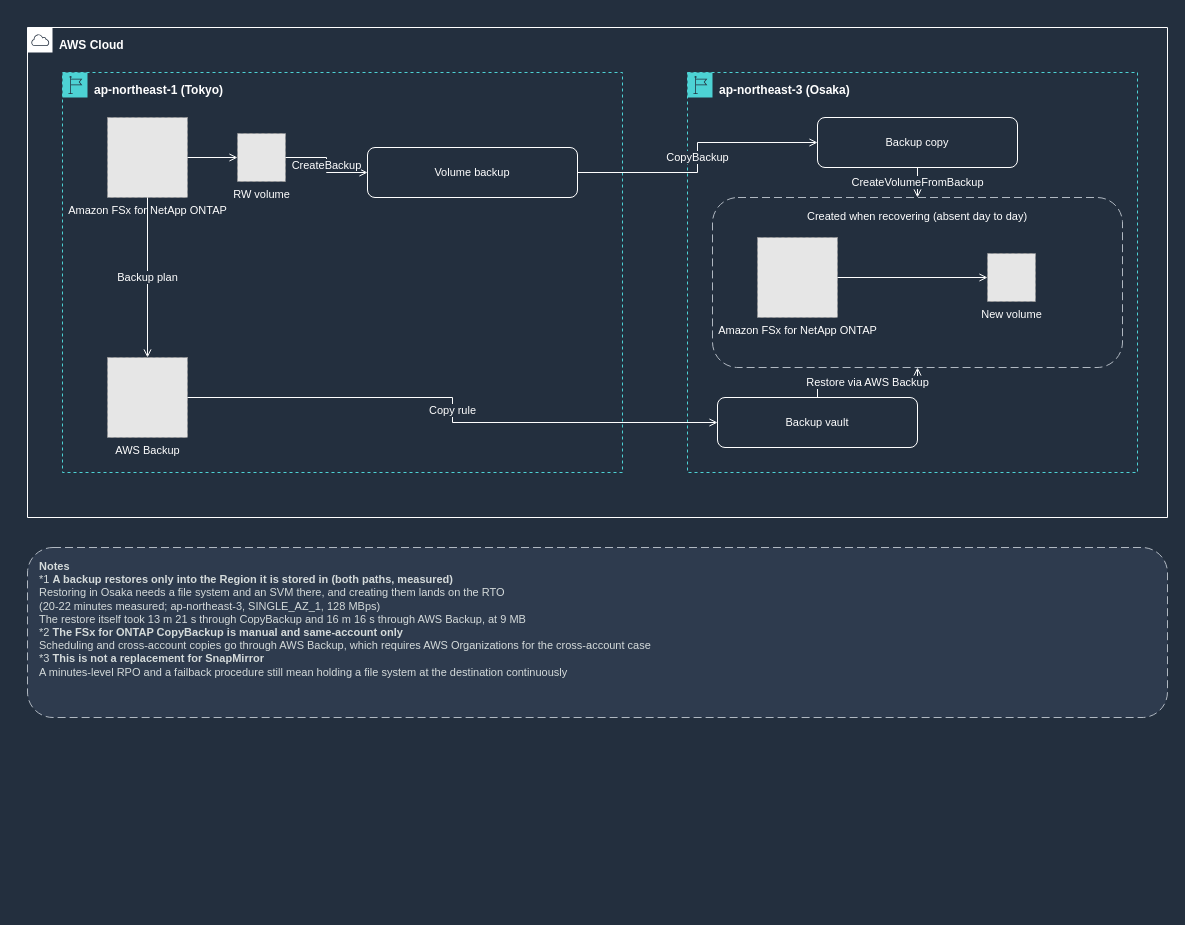
This is docs/_assets/diagrams/backup-copy-cross-region-en-dark.drawio from Yoshiki0705/FSx-for-ONTAP-Adoption-Playbook, a draw.io file, before an edit. Source tidied: cells renumbered, new cells numbered last; positions are measured from the earlier drawing's top-left corner, leaving out a move shared by most shapes. Both pictures are drawn from the tidied source at 100%, with x=0, y=0 at pixel (27, 27). Pictures stored in the file or linked from it are replaced by grey dashed boxes.
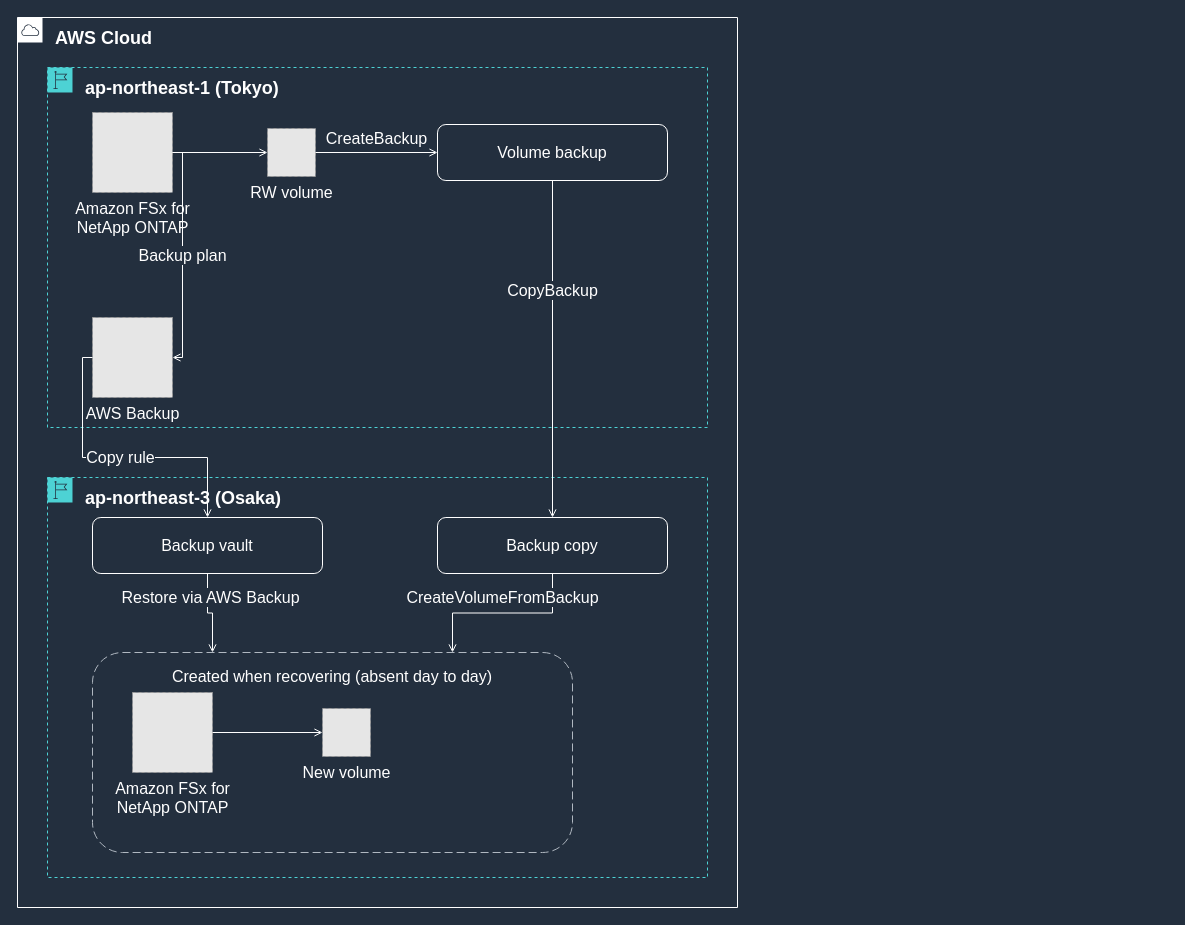
The same diagram, later.

Change to the diagram source:
```diff
@@
-    <mxCell id="2" value="AWS Cloud" style="gradientColor=none;html=1;whiteSpace=wrap;fontSize=12;fontStyle=1;fontColor=#FFFFFF;shape=mxgraph.aws4.group;grIcon=mxgraph.aws4.group_aws_cloud;strokeColor=#FFFFFF;fillColor=none;verticalAlign=top;align=left;spacingLeft=30;spacingTop=4;dashed=0;" parent="1" vertex="1">
-      <mxGeometry width="1140" height="490" as="geometry" />
+    <mxCell id="2" value="AWS Cloud" style="gradientColor=none;html=1;whiteSpace=wrap;fontSize=18;fontStyle=1;fontColor=#FFFFFF;shape=mxgraph.aws4.group;grIcon=mxgraph.aws4.group_aws_cloud;strokeColor=#FFFFFF;fillColor=none;verticalAlign=top;align=left;spacingLeft=36;spacingTop=4;dashed=0;" parent="1" vertex="1">
+      <mxGeometry x="-10" y="-10" width="720" height="890" as="geometry" />
     </mxCell>
-    <mxCell id="3" value="ap-northeast-1 (Tokyo)" style="gradientColor=none;html=1;whiteSpace=wrap;fontSize=12;fontStyle=1;fontColor=#FFFFFF;shape=mxgraph.aws4.group;grIcon=mxgraph.aws4.group_region;strokeColor=#4DD2D4;fillColor=none;verticalAlign=top;align=left;spacingLeft=30;spacingTop=4;dashed=1;" parent="1" vertex="1">
-      <mxGeometry x="35" y="45" width="560" height="400" as="geometry" />
+    <mxCell id="3" value="ap-northeast-1 (Tokyo)" style="gradientColor=none;html=1;whiteSpace=wrap;fontSize=18;fontStyle=1;fontColor=#FFFFFF;shape=mxgraph.aws4.group;grIcon=mxgraph.aws4.group_region;strokeColor=#4DD2D4;fillColor=none;verticalAlign=top;align=left;spacingLeft=36;spacingTop=4;dashed=1;" parent="1" vertex="1">
+      <mxGeometry x="20" y="40" width="660" height="360" as="geometry" />
     </mxCell>
-    <mxCell id="4" value="ap-northeast-3 (Osaka)" style="gradientColor=none;html=1;whiteSpace=wrap;fontSize=12;fontStyle=1;fontColor=#FFFFFF;shape=mxgraph.aws4.group;grIcon=mxgraph.aws4.group_region;strokeColor=#4DD2D4;fillColor=none;verticalAlign=top;align=left;spacingLeft=30;spacingTop=4;dashed=1;" parent="1" vertex="1">
-      <mxGeometry x="660" y="45" width="450" height="400" as="geometry" />
+    <mxCell id="4" value="ap-northeast-3 (Osaka)" style="gradientColor=none;html=1;whiteSpace=wrap;fontSize=18;fontStyle=1;fontColor=#FFFFFF;shape=mxgraph.aws4.group;grIcon=mxgraph.aws4.group_region;strokeColor=#4DD2D4;fillColor=none;verticalAlign=top;align=left;spacingLeft=36;spacingTop=4;dashed=1;" parent="1" vertex="1">
+      <mxGeometry x="20" y="450" width="660" height="400" as="geometry" />
     </mxCell>
-    <mxCell id="5" value="Created when recovering (absent day to day)" style="rounded=1;whiteSpace=wrap;html=1;dashed=1;dashPattern=8 4;strokeColor=#B0B8C1;fillColor=none;fontColor=#FFFFFF;fontSize=11;verticalAlign=top;align=center;spacingTop=6;" parent="1" vertex="1">
-      <mxGeometry x="685" y="170" width="410" height="170" as="geometry" />
+    <mxCell id="5" value="Created when recovering (absent day to day)" style="rounded=1;whiteSpace=wrap;html=1;dashed=1;dashPattern=8 4;strokeColor=#B0B8C1;fillColor=none;fontColor=#FFFFFF;fontSize=16;verticalAlign=top;align=center;spacingTop=8;" parent="1" vertex="1">
+      <mxGeometry x="65" y="625" width="480" height="200" as="geometry" />
     </mxCell>
-    <mxCell id="6" value="Volume backup" style="rounded=1;whiteSpace=wrap;html=1;strokeColor=#FFFFFF;fillColor=none;fontColor=#FFFFFF;fontSize=11;verticalAlign=middle;align=center;" parent="1" vertex="1">
-      <mxGeometry x="340" y="120" width="210" height="50" as="geometry" />
+    <mxCell id="6" value="Volume backup" style="rounded=1;whiteSpace=wrap;html=1;strokeColor=#FFFFFF;fillColor=none;fontColor=#FFFFFF;fontSize=16;verticalAlign=middle;align=center;" parent="1" vertex="1">
+      <mxGeometry x="410" y="97" width="230" height="56" as="geometry" />
     </mxCell>
-    <mxCell id="7" value="Backup copy" style="rounded=1;whiteSpace=wrap;html=1;strokeColor=#FFFFFF;fillColor=none;fontColor=#FFFFFF;fontSize=11;verticalAlign=middle;align=center;" parent="1" vertex="1">
-      <mxGeometry x="790" y="90" width="200" height="50" as="geometry" />
+    <mxCell id="7" value="Backup copy" style="rounded=1;whiteSpace=wrap;html=1;strokeColor=#FFFFFF;fillColor=none;fontColor=#FFFFFF;fontSize=16;verticalAlign=middle;align=center;" parent="1" vertex="1">
+      <mxGeometry x="410" y="490" width="230" height="56" as="geometry" />
     </mxCell>
-    <mxCell id="8" value="Backup vault" style="rounded=1;whiteSpace=wrap;html=1;strokeColor=#FFFFFF;fillColor=none;fontColor=#FFFFFF;fontSize=11;verticalAlign=middle;align=center;" parent="1" vertex="1">
-      <mxGeometry x="690" y="370" width="200" height="50" as="geometry" />
+    <mxCell id="8" value="Backup vault" style="rounded=1;whiteSpace=wrap;html=1;strokeColor=#FFFFFF;fillColor=none;fontColor=#FFFFFF;fontSize=16;verticalAlign=middle;align=center;" parent="1" vertex="1">
+      <mxGeometry x="65" y="490" width="230" height="56" as="geometry" />
     </mxCell>
-    <mxCell id="9" value="Amazon FSx for NetApp ONTAP" style="fillColor=#E6E6E6;strokeColor=#999999;dashed=1;html=1;verticalLabelPosition=bottom;verticalAlign=top;labelPosition=center;align=center;fontSize=11;fontColor=#FFFFFF;" parent="1" vertex="1">
-      <mxGeometry x="80" y="90" width="80" height="80" as="geometry" />
+    <mxCell id="9" value="Amazon FSx for&lt;br&gt;NetApp ONTAP" style="fillColor=#E6E6E6;strokeColor=#999999;dashed=1;html=1;verticalLabelPosition=bottom;verticalAlign=top;labelPosition=center;align=center;fontSize=16;fontColor=#FFFFFF;" parent="1" vertex="1">
+      <mxGeometry x="65" y="85" width="80" height="80" as="geometry" />
     </mxCell>
-    <mxCell id="10" value="RW volume" style="fillColor=#E6E6E6;strokeColor=#999999;dashed=1;html=1;verticalLabelPosition=bottom;verticalAlign=top;labelPosition=center;align=center;fontSize=11;fontColor=#FFFFFF;" parent="1" vertex="1">
-      <mxGeometry x="210" y="106" width="48" height="48" as="geometry" />
+    <mxCell id="10" value="RW volume" style="fillColor=#E6E6E6;strokeColor=#999999;dashed=1;html=1;verticalLabelPosition=bottom;verticalAlign=top;labelPosition=center;align=center;fontSize=16;fontColor=#FFFFFF;" parent="1" vertex="1">
+      <mxGeometry x="240" y="101" width="48" height="48" as="geometry" />
     </mxCell>
-    <mxCell id="11" value="AWS Backup" style="fillColor=#E6E6E6;strokeColor=#999999;dashed=1;html=1;verticalLabelPosition=bottom;verticalAlign=top;labelPosition=center;align=center;fontSize=11;fontColor=#FFFFFF;" parent="1" vertex="1">
-      <mxGeometry x="80" y="330" width="80" height="80" as="geometry" />
+    <mxCell id="11" value="AWS Backup" style="fillColor=#E6E6E6;strokeColor=#999999;dashed=1;html=1;verticalLabelPosition=bottom;verticalAlign=top;labelPosition=center;align=center;fontSize=16;fontColor=#FFFFFF;" parent="1" vertex="1">
+      <mxGeometry x="65" y="290" width="80" height="80" as="geometry" />
     </mxCell>
-    <mxCell id="12" value="Amazon FSx for NetApp ONTAP" style="fillColor=#E6E6E6;strokeColor=#999999;dashed=1;html=1;verticalLabelPosition=bottom;verticalAlign=top;labelPosition=center;align=center;fontSize=11;fontColor=#FFFFFF;" parent="1" vertex="1">
-      <mxGeometry x="730" y="210" width="80" height="80" as="geometry" />
+    <mxCell id="12" value="Amazon FSx for&lt;br&gt;NetApp ONTAP" style="fillColor=#E6E6E6;strokeColor=#999999;dashed=1;html=1;verticalLabelPosition=bottom;verticalAlign=top;labelPosition=center;align=center;fontSize=16;fontColor=#FFFFFF;" parent="1" vertex="1">
+      <mxGeometry x="105" y="665" width="80" height="80" as="geometry" />
     </mxCell>
-    <mxCell id="13" value="New volume" style="fillColor=#E6E6E6;strokeColor=#999999;dashed=1;html=1;verticalLabelPosition=bottom;verticalAlign=top;labelPosition=center;align=center;fontSize=11;fontColor=#FFFFFF;" parent="1" vertex="1">
-      <mxGeometry x="960" y="226" width="48" height="48" as="geometry" />
+    <mxCell id="13" value="New volume" style="fillColor=#E6E6E6;strokeColor=#999999;dashed=1;html=1;verticalLabelPosition=bottom;verticalAlign=top;labelPosition=center;align=center;fontSize=16;fontColor=#FFFFFF;" parent="1" vertex="1">
+      <mxGeometry x="295" y="681" width="48" height="48" as="geometry" />
     </mxCell>
-    <mxCell id="14" style="edgeStyle=orthogonalEdgeStyle;rounded=0;html=1;endArrow=open;endFill=0;strokeColor=#FFFFFF;strokeWidth=1;fontSize=11;fontColor=#FFFFFF;labelBackgroundColor=#232F3E;" parent="1" edge="1" source="9" target="10">
+    <mxCell id="14" style="edgeStyle=orthogonalEdgeStyle;rounded=0;html=1;endArrow=open;endFill=0;strokeColor=#FFFFFF;strokeWidth=1;fontSize=16;fontColor=#FFFFFF;labelBackgroundColor=#232F3E;" parent="1" edge="1" source="9" target="10">
       <mxGeometry relative="1" as="geometry" />
     </mxCell>
-    <mxCell id="15" value="CreateBackup" style="edgeStyle=orthogonalEdgeStyle;rounded=0;html=1;endArrow=open;endFill=0;strokeColor=#FFFFFF;strokeWidth=1;fontSize=11;fontColor=#FFFFFF;labelBackgroundColor=#232F3E;" parent="1" edge="1" source="10" target="6">
-      <mxGeometry relative="1" as="geometry" />
+    <mxCell id="15" value="CreateBackup" style="edgeStyle=orthogonalEdgeStyle;rounded=0;html=1;endArrow=open;endFill=0;strokeColor=#FFFFFF;strokeWidth=1;fontSize=16;fontColor=#FFFFFF;labelBackgroundColor=#232F3E;" parent="1" edge="1" source="10" target="6">
+      <mxGeometry relative="1" as="geometry">
+        <mxPoint y="-14" as="offset" />
+      </mxGeometry>
     </mxCell>
-    <mxCell id="16" value="CopyBackup" style="edgeStyle=orthogonalEdgeStyle;rounded=0;html=1;endArrow=open;endFill=0;strokeColor=#FFFFFF;strokeWidth=1;fontSize=11;fontColor=#FFFFFF;labelBackgroundColor=#232F3E;" parent="1" edge="1" source="6" target="7">
-      <mxGeometry relative="1" as="geometry" />
+    <mxCell id="16" value="CopyBackup" style="edgeStyle=orthogonalEdgeStyle;rounded=0;html=1;endArrow=open;endFill=0;strokeColor=#FFFFFF;strokeWidth=1;fontSize=16;fontColor=#FFFFFF;labelBackgroundColor=#232F3E;exitX=0.5;exitY=1.0;exitDx=0;exitDy=0;entryX=0.5;entryY=0.0;entryDx=0;entryDy=0;" parent="1" edge="1" source="6" target="7">
+      <mxGeometry x="-0.35" relative="1" as="geometry" />
     </mxCell>
-    <mxCell id="17" value="Backup plan" style="edgeStyle=orthogonalEdgeStyle;rounded=0;html=1;endArrow=open;endFill=0;strokeColor=#FFFFFF;strokeWidth=1;fontSize=11;fontColor=#FFFFFF;labelBackgroundColor=#232F3E;" parent="1" edge="1" source="9" target="11">
+    <mxCell id="17" value="Backup plan" style="edgeStyle=orthogonalEdgeStyle;rounded=0;html=1;endArrow=open;endFill=0;strokeColor=#FFFFFF;strokeWidth=1;fontSize=16;fontColor=#FFFFFF;labelBackgroundColor=#232F3E;exitX=1.0;exitY=0.5;exitDx=0;exitDy=0;entryX=1.0;entryY=0.5;entryDx=0;entryDy=0;" parent="1" edge="1" source="9" target="11">
       <mxGeometry relative="1" as="geometry" />
     </mxCell>
-    <mxCell id="18" value="Copy rule" style="edgeStyle=orthogonalEdgeStyle;rounded=0;html=1;endArrow=open;endFill=0;strokeColor=#FFFFFF;strokeWidth=1;fontSize=11;fontColor=#FFFFFF;labelBackgroundColor=#232F3E;" parent="1" edge="1" source="11" target="8">
+    <mxCell id="18" value="Copy rule" style="edgeStyle=orthogonalEdgeStyle;rounded=0;html=1;endArrow=open;endFill=0;strokeColor=#FFFFFF;strokeWidth=1;fontSize=16;fontColor=#FFFFFF;labelBackgroundColor=#232F3E;exitX=0.0;exitY=0.5;exitDx=0;exitDy=0;entryX=0.5;entryY=0.0;entryDx=0;entryDy=0;" parent="1" edge="1" source="11" target="8">
       <mxGeometry relative="1" as="geometry" />
     </mxCell>
-    <mxCell id="19" value="CreateVolumeFromBackup" style="edgeStyle=orthogonalEdgeStyle;rounded=0;html=1;endArrow=open;endFill=0;strokeColor=#FFFFFF;strokeWidth=1;fontSize=11;fontColor=#FFFFFF;labelBackgroundColor=#232F3E;exitX=0.5;exitY=1.0;exitDx=0;exitDy=0;entryX=0.5;entryY=0.0;entryDx=0;entryDy=0;" parent="1" edge="1" source="7" target="5">
-      <mxGeometry relative="1" as="geometry" />
+    <mxCell id="19" value="CreateVolumeFromBackup" style="edgeStyle=orthogonalEdgeStyle;rounded=0;html=1;endArrow=open;endFill=0;strokeColor=#FFFFFF;strokeWidth=1;fontSize=16;fontColor=#FFFFFF;labelBackgroundColor=#232F3E;exitX=0.5;exitY=1.0;exitDx=0;exitDy=0;entryX=0.75;entryY=0.0;entryDx=0;entryDy=0;" parent="1" edge="1" source="7" target="5">
+      <mxGeometry relative="1" as="geometry">
+        <mxPoint y="-16" as="offset" />
+      </mxGeometry>
     </mxCell>
-    <mxCell id="20" value="Restore via AWS Backup" style="edgeStyle=orthogonalEdgeStyle;rounded=0;html=1;endArrow=open;endFill=0;strokeColor=#FFFFFF;strokeWidth=1;fontSize=11;fontColor=#FFFFFF;labelBackgroundColor=#232F3E;exitX=0.5;exitY=0.0;exitDx=0;exitDy=0;entryX=0.5;entryY=1.0;entryDx=0;entryDy=0;" parent="1" edge="1" source="8" target="5">
-      <mxGeometry relative="1" as="geometry" />
+    <mxCell id="20" value="Restore via AWS Backup" style="edgeStyle=orthogonalEdgeStyle;rounded=0;html=1;endArrow=open;endFill=0;strokeColor=#FFFFFF;strokeWidth=1;fontSize=16;fontColor=#FFFFFF;labelBackgroundColor=#232F3E;exitX=0.5;exitY=1.0;exitDx=0;exitDy=0;entryX=0.25;entryY=0.0;entryDx=0;entryDy=0;" parent="1" edge="1" source="8" target="5">
+      <mxGeometry relative="1" as="geometry">
+        <mxPoint y="-16" as="offset" />
+      </mxGeometry>
     </mxCell>
-    <mxCell id="21" style="edgeStyle=orthogonalEdgeStyle;rounded=0;html=1;endArrow=open;endFill=0;strokeColor=#FFFFFF;strokeWidth=1;fontSize=11;fontColor=#FFFFFF;labelBackgroundColor=#232F3E;" parent="1" edge="1" source="12" target="13">
+    <mxCell id="21" style="edgeStyle=orthogonalEdgeStyle;rounded=0;html=1;endArrow=open;endFill=0;strokeColor=#FFFFFF;strokeWidth=1;fontSize=16;fontColor=#FFFFFF;labelBackgroundColor=#232F3E;" parent="1" edge="1" source="12" target="13">
       <mxGeometry relative="1" as="geometry" />
     </mxCell>
-    <mxCell id="22" value="&lt;b&gt;Notes&lt;/b&gt;&lt;br&gt;*1 &lt;b&gt;A backup restores only into the Region it is stored in (both paths, measured)&lt;/b&gt;&lt;br&gt;Restoring in Osaka needs a file system and an SVM there, and creating them lands on the RTO&lt;br&gt;(20-22 minutes measured; ap-northeast-3, SINGLE_AZ_1, 128 MBps)&lt;br&gt;The restore itself took 13 m 21 s through CopyBackup and 16 m 16 s through AWS Backup, at 9 MB&lt;br&gt;*2 &lt;b&gt;The FSx for ONTAP CopyBackup is manual and same-account only&lt;/b&gt;&lt;br&gt;Scheduling and cross-account copies go through AWS Backup, which requires AWS Organizations for the cross-account case&lt;br&gt;*3 &lt;b&gt;This is not a replacement for SnapMirror&lt;/b&gt;&lt;br&gt;A minutes-level RPO and a failback procedure still mean holding a file system at the destination continuously" style="rounded=1;whiteSpace=wrap;html=1;dashed=1;dashPattern=8 4;strokeColor=#B0B8C1;fillColor=#2E3B4E;fontColor=#D5DBDB;fontSize=11;align=left;verticalAlign=top;spacingLeft=10;spacingTop=6;" parent="1" vertex="1">
-      <mxGeometry y="520" width="1140" height="170" as="geometry" />
-    </mxCell>
```
